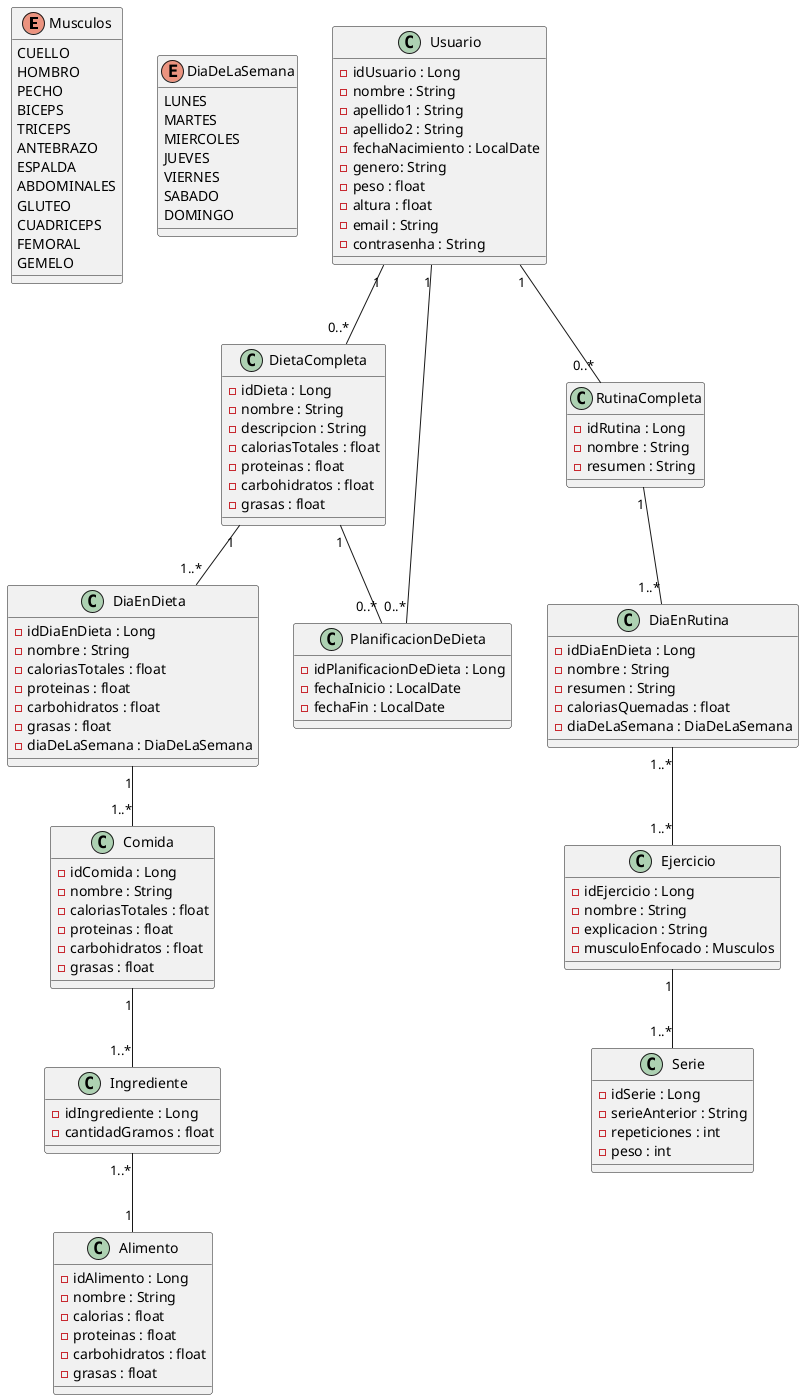
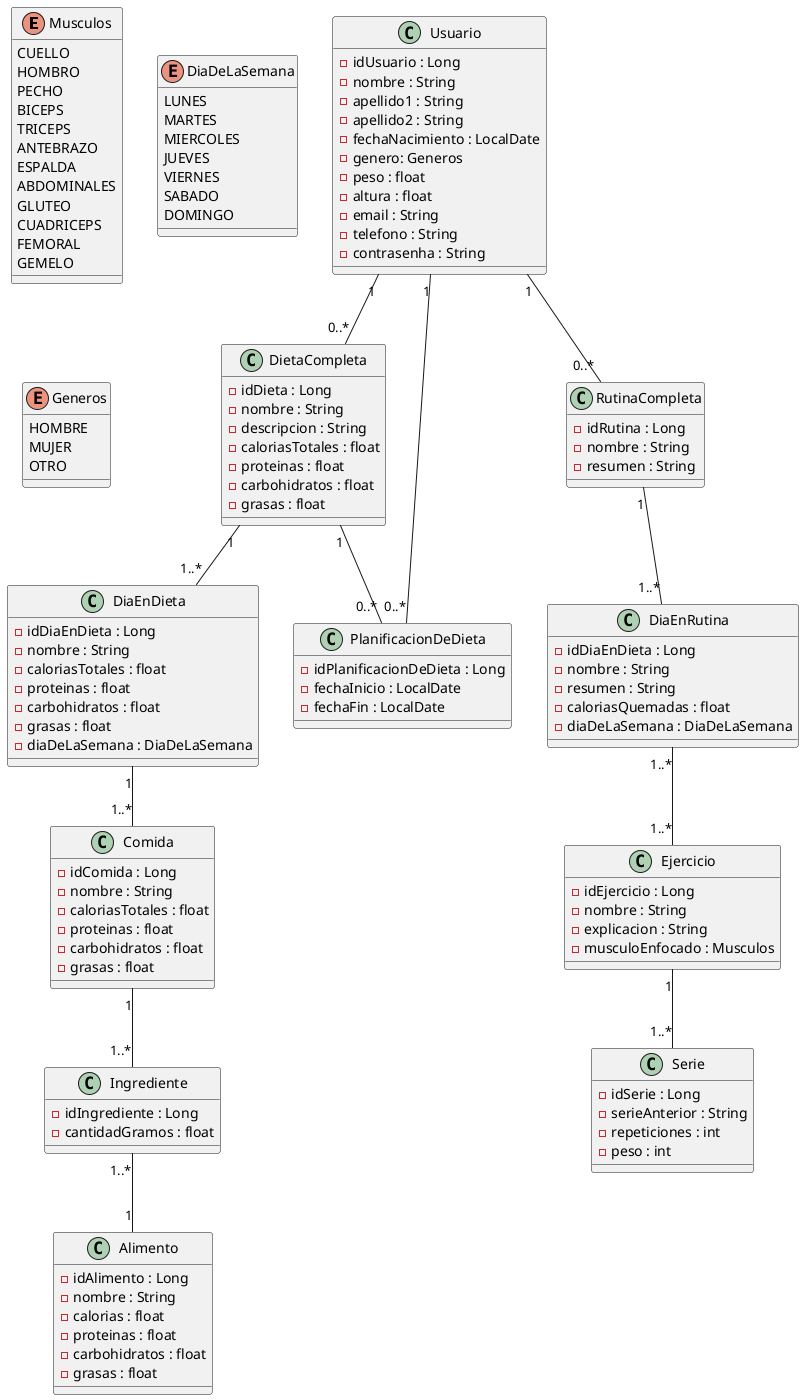
@startuml

' ========================
' ====== ENUMERADOS ======
' ========================

enum Musculos  {
CUELLO
HOMBRO
PECHO
BICEPS
TRICEPS
ANTEBRAZO
ESPALDA
ABDOMINALES
GLUTEO
CUADRICEPS
FEMORAL
GEMELO
}

enum DiaDeLaSemana  {
LUNES
MARTES
MIERCOLES
JUEVES
VIERNES
SABADO
DOMINGO
}

+ enum Generos {
+ HOMBRE
+ MUJER
+ OTRO
+ }
+ 
' ========================
' ======== CLASES ========
' ========================

class Usuario {
- idUsuario : Long
- nombre : String
- apellido1 : String
- apellido2 : String
- fechaNacimiento : LocalDate
- - genero: String
+ - genero: Generos
- peso : float
- altura : float
- email : String
+ - telefono : String
- contrasenha : String
}

class DietaCompleta {
- idDieta : Long
- nombre : String
- descripcion : String
- caloriasTotales : float
- proteinas : float
- carbohidratos : float
- grasas : float
}

class DiaEnDieta {
- idDiaEnDieta : Long
- nombre : String
- caloriasTotales : float
- proteinas : float
- carbohidratos : float
- grasas : float
- diaDeLaSemana : DiaDeLaSemana
}

class PlanificacionDeDieta {
- idPlanificacionDeDieta : Long
- fechaInicio : LocalDate
- fechaFin : LocalDate
}

class Comida {
- idComida : Long
- nombre : String
- caloriasTotales : float
- proteinas : float
- carbohidratos : float
- grasas : float
}

class Ingrediente {
- idIngrediente : Long
- cantidadGramos : float
}

class Alimento {
- idAlimento : Long
- nombre : String
- calorias : float
- proteinas : float
- carbohidratos : float
- grasas : float
}

class RutinaCompleta {
- idRutina : Long
- nombre : String
- resumen : String
}

class DiaEnRutina {
- idDiaEnDieta : Long
- nombre : String
- resumen : String
- caloriasQuemadas : float
- diaDeLaSemana : DiaDeLaSemana
}

class Ejercicio {
- idEjercicio : Long
- nombre : String
- explicacion : String
- musculoEnfocado : Musculos
}

class Serie {
- idSerie : Long
- serieAnterior : String
- repeticiones : int
- peso : int
}

' ========================
' ====== RELACIONES ======
' ========================

Usuario "1"  -- "0..*" DietaCompleta

Usuario "1" -- "0..*" PlanificacionDeDieta

DietaCompleta "1" -- "1..*" DiaEnDieta

DietaCompleta "1" -- "0..*" PlanificacionDeDieta

Usuario "1"  -- "0..*" RutinaCompleta

DiaEnDieta "1"  -- "1..*" Comida

Comida "1"  -- "1..*" Ingrediente

Ingrediente "1..*" -- "1" Alimento

RutinaCompleta "1"  -- "1..*" DiaEnRutina

DiaEnRutina "1..*" -- "1..*" Ejercicio

Ejercicio "1"  -- "1..*" Serie

@enduml